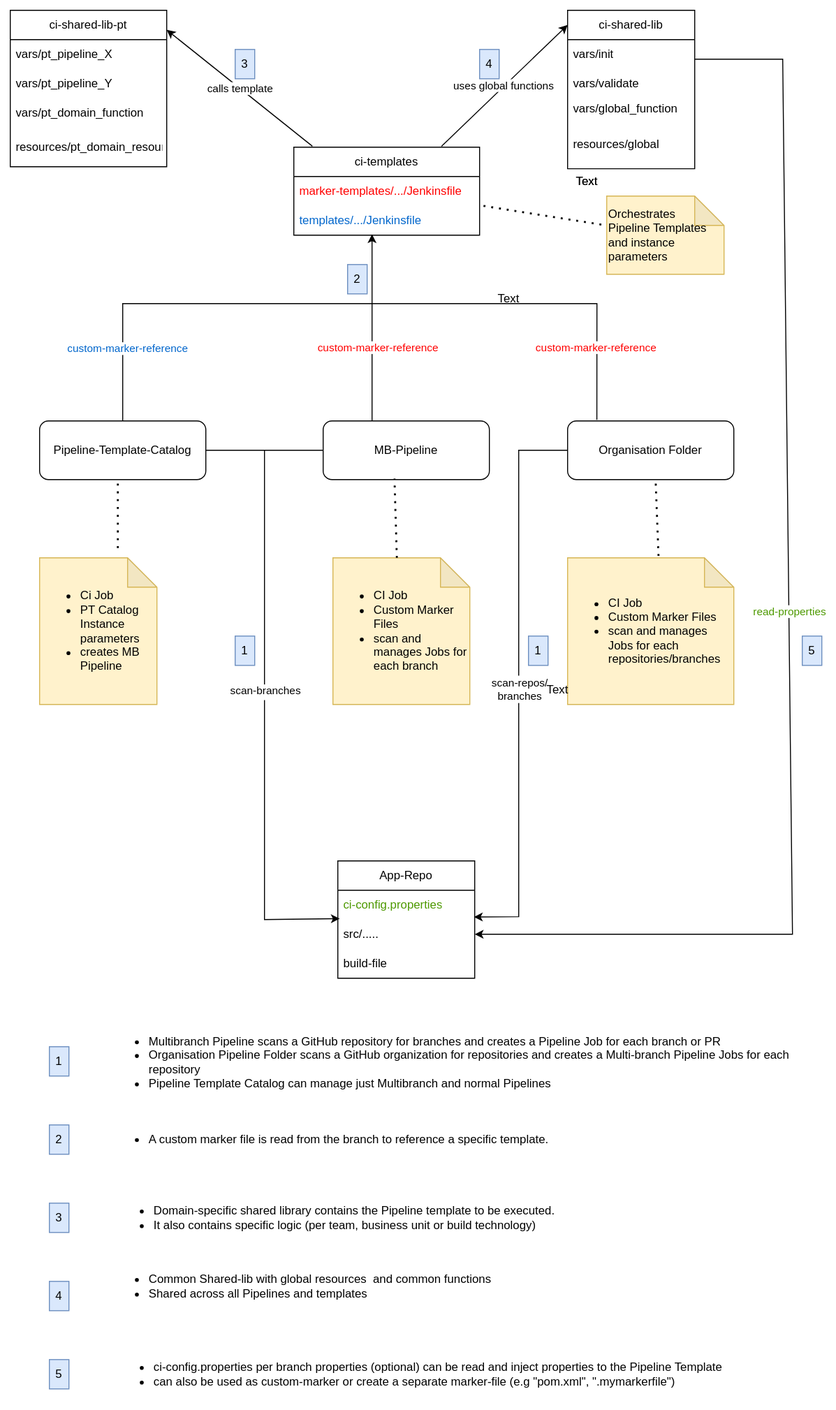
cb-ci-templates/ci-templates keeps this draw.io diagram as images/CI-Component-diagram.svg. Above is the earlier version. Source tidied: cells renumbered, new cells last; positions are measured from the earlier drawing's top-left corner, leaving out a move shared by most shapes.
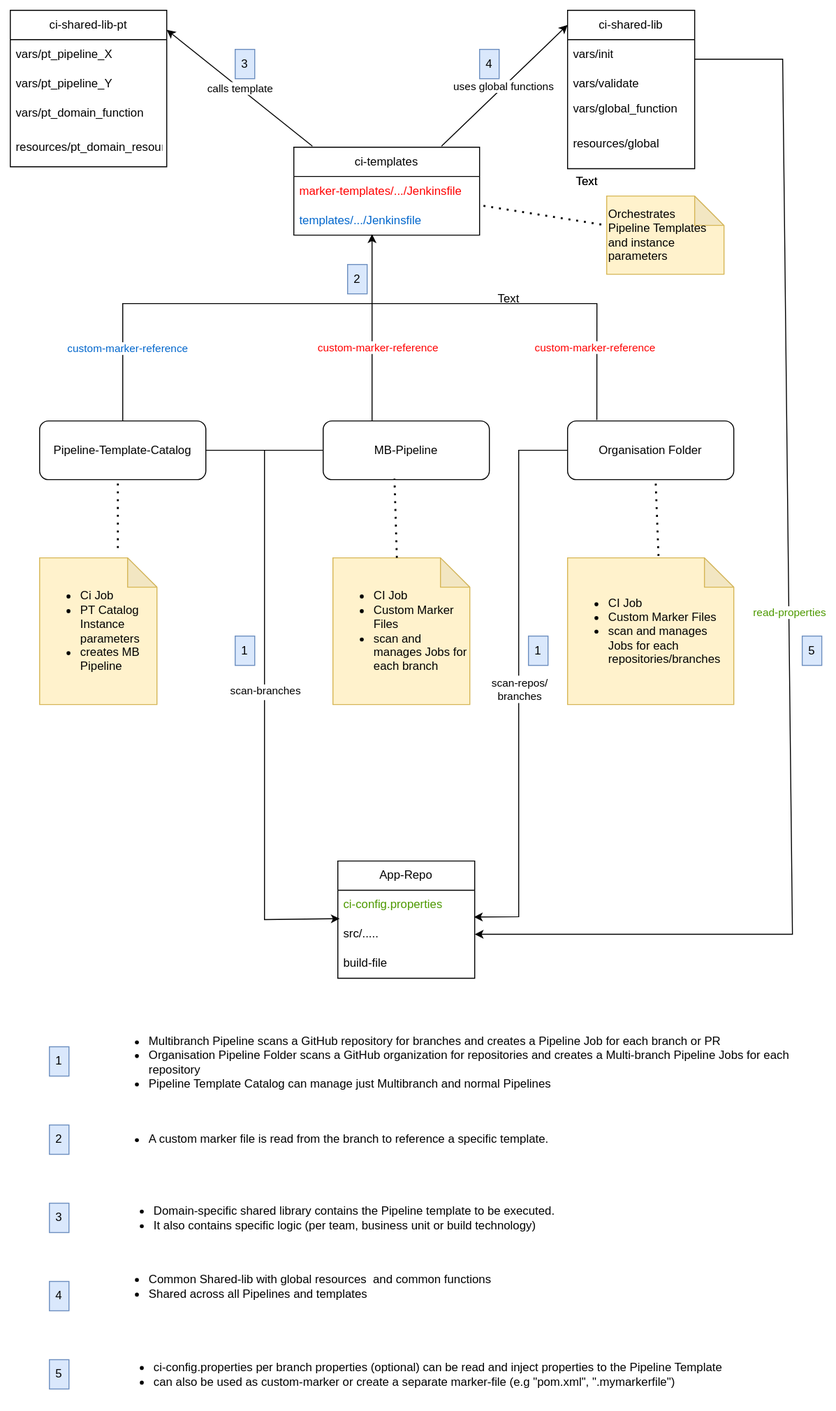
Above is the later version.

Diff of the diagram source:
```diff
@@ -234,9 +234,6 @@
     <mxCell id="62" value="&lt;p&gt;4&lt;/p&gt;" style="text;html=1;align=center;verticalAlign=middle;whiteSpace=wrap;rounded=0;fillColor=#dae8fc;strokeColor=#6c8ebf;" parent="1" vertex="1">
       <mxGeometry x="40" y="1300" width="20" height="30" as="geometry" />
     </mxCell>
-    <mxCell id="63" value="Text" style="text;html=1;align=center;verticalAlign=middle;whiteSpace=wrap;rounded=0;" parent="1" vertex="1">
-      <mxGeometry x="530" y="680" width="60" height="30" as="geometry" />
-    </mxCell>
     <mxCell id="64" value="&lt;ul&gt;&lt;li&gt;Multibranch Pipeline scans a GitHub repository for branches and creates a Pipeline Job for each branch or PR&lt;/li&gt;&lt;li&gt;Organisation Pipeline Folder scans a GitHub organization for repositories and creates a Multi-branch Pipeline Jobs for each repository&lt;/li&gt;&lt;li&gt;Pipeline Template Catalog can manage just Multibranch and normal Pipelines&amp;nbsp;&lt;/li&gt;&lt;/ul&gt;" style="text;html=1;align=left;verticalAlign=middle;whiteSpace=wrap;rounded=0;" parent="1" vertex="1">
       <mxGeometry x="100" y="1061" width="700" height="30" as="geometry" />
     </mxCell>
```
